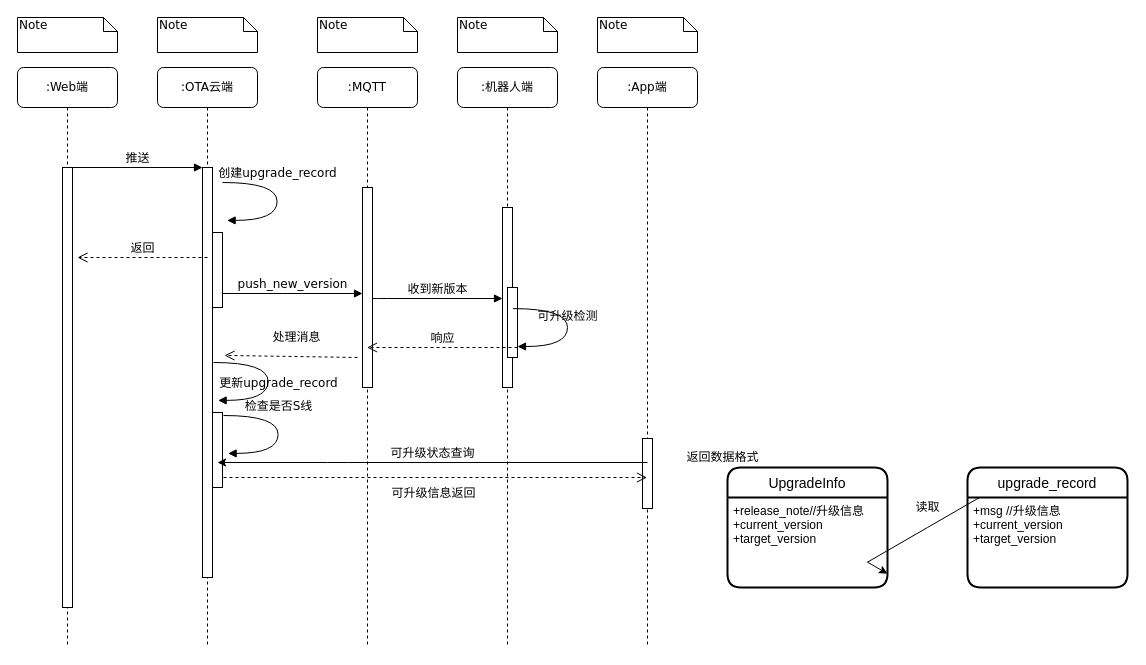
The draw.io diagram craft/push_flow.drawio in feihu618/drawio, before the edit. Source tidied: cells renumbered, new cells numbered last; positions are measured from the earlier drawing's top-left corner, leaving out a move shared by most shapes. Both pictures are drawn from the tidied source at 100%, with x=0, y=0 at pixel (17, 17).
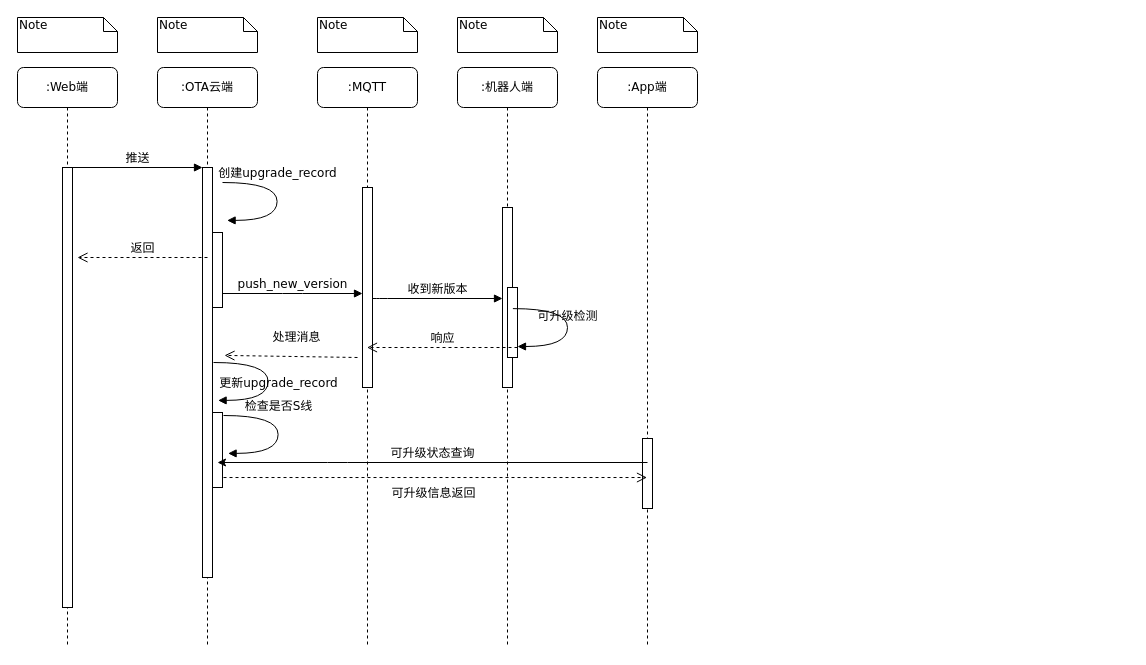
After the change.

Diff of the diagram source:
```diff
@@
-    <mxCell id="33" value="返回数据格式" style="text;html=1;align=center;verticalAlign=middle;strokeColor=none;fillColor=none;" parent="1" vertex="1">
-      <mxGeometry x="660" y="430" width="90" height="20" as="geometry" />
-    </mxCell>
-    <mxCell id="34" style="edgeStyle=isometricEdgeStyle;rounded=0;jettySize=auto;html=1;startArrow=classic;startFill=1;endArrow=none;endFill=0;elbow=vertical;" parent="1" edge="1" source="35" target="37">
-      <mxGeometry relative="1" as="geometry" />
-    </mxCell>
-    <mxCell id="35" value="UpgradeInfo" style="swimlane;horizontal=1;startSize=30;rounded=1;fontSize=14;fontStyle=0;strokeWidth=2;shadow=0;dashed=0;align=center;" parent="1" vertex="1">
-      <mxGeometry x="710" y="450" width="160" height="120" as="geometry" />
-    </mxCell>
-    <mxCell id="36" value="+release_note//升级信息&#10;+current_version&#10;+target_version" style="align=left;strokeColor=none;fillColor=none;spacingLeft=4;fontSize=12;verticalAlign=top;" parent="35" vertex="1">
-      <mxGeometry y="30" width="160" height="90" as="geometry" />
-    </mxCell>
-    <mxCell id="37" value="upgrade_record" style="swimlane;horizontal=1;startSize=30;rounded=1;fontSize=14;fontStyle=0;strokeWidth=2;shadow=0;dashed=0;align=center;" parent="1" vertex="1">
-      <mxGeometry x="950" y="450" width="160" height="120" as="geometry" />
-    </mxCell>
-    <mxCell id="38" value="+msg //升级信息&#10;+current_version&#10;+target_version&#10;" style="align=left;strokeColor=none;fillColor=none;spacingLeft=4;fontSize=12;verticalAlign=top;" parent="37" vertex="1">
-      <mxGeometry y="30" width="160" height="90" as="geometry" />
-    </mxCell>
-    <mxCell id="39" value="读取" style="text;html=1;align=center;verticalAlign=middle;fillColor=none;strokeColor=none;rounded=0;" parent="1" vertex="1">
-      <mxGeometry x="890" y="480" width="40" height="20" as="geometry" />
-    </mxCell>
```
